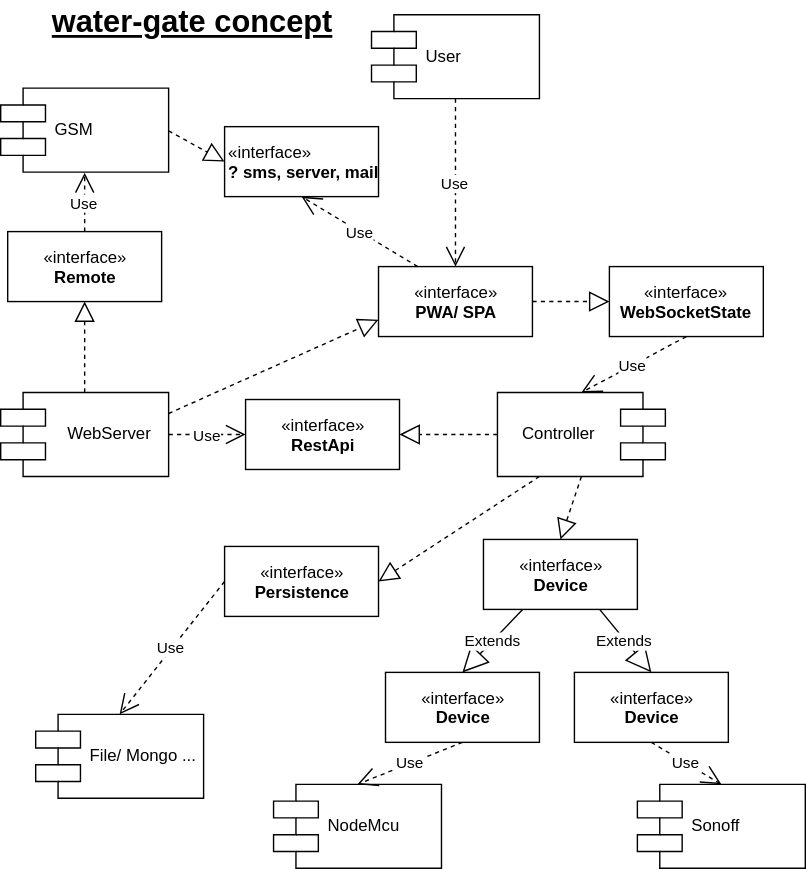
Earlier version of the draw.io export concept.svg (Estradiaz/water-gate). Source tidied: cells renumbered, new cells last; positions are measured from the earlier drawing's top-left corner, leaving out a move shared by most shapes. The source it was exported from:
```xml
<mxGraphModel>
  <root>
    <mxCell id="0" />
    <mxCell id="1" parent="0" />
    <mxCell id="2" value="GSM" style="shape=component;align=left;spacingLeft=36;" parent="1" vertex="1">
      <mxGeometry y="62.5" width="120" height="60" as="geometry" />
    </mxCell>
    <mxCell id="3" value="Controller" style="shape=component;align=left;spacingLeft=15;direction=west;" parent="1" vertex="1">
      <mxGeometry x="355" y="280" width="120" height="60" as="geometry" />
    </mxCell>
    <mxCell id="4" value="NodeMcu" style="shape=component;align=left;spacingLeft=36;" parent="1" vertex="1">
      <mxGeometry x="195" y="560" width="120" height="60" as="geometry" />
    </mxCell>
    <mxCell id="5" value="«interface»&lt;br&gt;&lt;b&gt;Device&lt;/b&gt;" style="html=1;" parent="1" vertex="1">
      <mxGeometry x="345" y="385" width="110" height="50" as="geometry" />
    </mxCell>
    <mxCell id="6" value="«interface»&lt;br&gt;&lt;b&gt;Remote&lt;/b&gt;&lt;br&gt;" style="html=1;" parent="1" vertex="1">
      <mxGeometry x="5" y="165" width="110" height="50" as="geometry" />
    </mxCell>
    <mxCell id="7" value="Sonoff" style="shape=component;align=left;spacingLeft=36;" parent="1" vertex="1">
      <mxGeometry x="455" y="560" width="120" height="60" as="geometry" />
    </mxCell>
    <mxCell id="8" value="«interface»&lt;br&gt;&lt;b&gt;RestApi&lt;/b&gt;" style="html=1;" parent="1" vertex="1">
      <mxGeometry x="175" y="285" width="110" height="50" as="geometry" />
    </mxCell>
    <mxCell id="9" value="WebServer" style="shape=component;align=left;spacingLeft=45;direction=east;" parent="1" vertex="1">
      <mxGeometry y="280" width="120" height="60" as="geometry" />
    </mxCell>
    <mxCell id="10" value="«interface»&lt;br&gt;&lt;b&gt;PWA/ SPA&lt;/b&gt;" style="html=1;" parent="1" vertex="1">
      <mxGeometry x="270" y="190" width="110" height="50" as="geometry" />
    </mxCell>
    <mxCell id="11" value="User" style="shape=component;align=left;spacingLeft=36;" parent="1" vertex="1">
      <mxGeometry x="265" y="10" width="120" height="60" as="geometry" />
    </mxCell>
    <mxCell id="12" value="«interface»&lt;br&gt;&lt;b&gt;WebSocketState&lt;/b&gt;&lt;br&gt;" style="html=1;" parent="1" vertex="1">
      <mxGeometry x="435" y="190" width="110" height="50" as="geometry" />
    </mxCell>
    <mxCell id="13" value="«interface»&lt;br&gt;&lt;b&gt;Persistence&lt;/b&gt;" style="html=1;" parent="1" vertex="1">
      <mxGeometry x="160" y="390" width="110" height="50" as="geometry" />
    </mxCell>
    <mxCell id="14" value="File/ Mongo ..." style="shape=component;align=left;spacingLeft=36;" parent="1" vertex="1">
      <mxGeometry x="25" y="510" width="120" height="60" as="geometry" />
    </mxCell>
    <mxCell id="15" style="endArrow=block;dashed=1;endFill=0;endSize=12;html=1;entryX=0.5;entryY=0;entryDx=0;entryDy=0;exitX=0.5;exitY=0;exitDx=0;exitDy=0;" parent="1" edge="1" source="3" target="5">
      <mxGeometry relative="1" as="geometry" />
    </mxCell>
    <mxCell id="16" style="endArrow=block;dashed=1;endFill=0;endSize=12;html=1;exitX=0.5;exitY=0;exitDx=0;exitDy=0;entryX=0.5;entryY=1;entryDx=0;entryDy=0;" parent="1" edge="1" source="9" target="6">
      <mxGeometry relative="1" as="geometry" />
    </mxCell>
    <mxCell id="17" value="Use" style="endArrow=open;endSize=12;dashed=1;html=1;entryX=0.5;entryY=0;entryDx=0;entryDy=0;exitX=0.5;exitY=1;exitDx=0;exitDy=0;" parent="1" edge="1" source="32" target="4">
      <mxGeometry relative="1" as="geometry" />
    </mxCell>
    <mxCell id="18" value="Use" style="endArrow=open;endSize=12;dashed=1;html=1;entryX=0.5;entryY=0;entryDx=0;entryDy=0;exitX=0.5;exitY=1;exitDx=0;exitDy=0;" parent="1" edge="1" source="33" target="7">
      <mxGeometry relative="1" as="geometry" />
    </mxCell>
    <mxCell id="19" value="Use" style="endArrow=open;endSize=12;dashed=1;html=1;exitX=0.5;exitY=0;exitDx=0;exitDy=0;entryX=0.5;entryY=1;entryDx=0;entryDy=0;" parent="1" edge="1" source="6" target="2">
      <mxGeometry relative="1" as="geometry" />
    </mxCell>
    <mxCell id="20" style="endArrow=block;dashed=1;endFill=0;endSize=12;html=1;exitX=1;exitY=0.5;exitDx=0;exitDy=0;entryX=1;entryY=0.5;entryDx=0;entryDy=0;" parent="1" edge="1" source="3" target="8">
      <mxGeometry relative="1" as="geometry" />
    </mxCell>
    <mxCell id="21" value="Use" style="endArrow=open;endSize=12;dashed=1;html=1;exitX=1;exitY=0.5;exitDx=0;exitDy=0;entryX=0;entryY=0.5;entryDx=0;entryDy=0;" parent="1" edge="1" source="9" target="8">
      <mxGeometry relative="1" as="geometry" />
    </mxCell>
    <mxCell id="22" value="Use" style="endArrow=open;endSize=12;dashed=1;html=1;exitX=0;exitY=0.5;exitDx=0;exitDy=0;entryX=0.5;entryY=0;entryDx=0;entryDy=0;" parent="1" edge="1" source="13" target="14">
      <mxGeometry relative="1" as="geometry" />
    </mxCell>
    <mxCell id="23" style="endArrow=block;dashed=1;endFill=0;endSize=12;html=1;exitX=0.75;exitY=0;exitDx=0;exitDy=0;entryX=1;entryY=0.5;entryDx=0;entryDy=0;" parent="1" edge="1" source="3" target="13">
      <mxGeometry relative="1" as="geometry" />
    </mxCell>
    <mxCell id="24" style="endArrow=block;dashed=1;endFill=0;endSize=12;html=1;exitX=1;exitY=0.25;exitDx=0;exitDy=0;entryX=0;entryY=0.75;entryDx=0;entryDy=0;" parent="1" edge="1" source="9" target="10">
      <mxGeometry relative="1" as="geometry" />
    </mxCell>
    <mxCell id="25" value="Use" style="endArrow=open;endSize=12;dashed=1;html=1;exitX=0.5;exitY=1;exitDx=0;exitDy=0;entryX=0.5;entryY=0;entryDx=0;entryDy=0;" parent="1" edge="1" source="11" target="10">
      <mxGeometry relative="1" as="geometry" />
    </mxCell>
    <mxCell id="26" style="endArrow=block;dashed=1;endFill=0;endSize=12;html=1;exitX=1;exitY=0.5;exitDx=0;exitDy=0;entryX=0;entryY=0.5;entryDx=0;entryDy=0;" parent="1" edge="1" source="10" target="12">
      <mxGeometry relative="1" as="geometry" />
    </mxCell>
    <mxCell id="27" value="Use" style="endArrow=open;endSize=12;dashed=1;html=1;exitX=0.5;exitY=1;exitDx=0;exitDy=0;entryX=0.5;entryY=1;entryDx=0;entryDy=0;" parent="1" edge="1" source="12" target="3">
      <mxGeometry relative="1" as="geometry" />
    </mxCell>
    <mxCell id="28" value="«interface»&lt;br&gt;&lt;b&gt;? sms, server, mail&lt;/b&gt;" style="html=1;align=left;" parent="1" vertex="1">
      <mxGeometry x="160" y="90" width="110" height="50" as="geometry" />
    </mxCell>
    <mxCell id="29" style="endArrow=block;dashed=1;endFill=0;endSize=12;html=1;exitX=1;exitY=0.5;exitDx=0;exitDy=0;entryX=0;entryY=0.5;entryDx=0;entryDy=0;" parent="1" edge="1" source="2" target="28">
      <mxGeometry relative="1" as="geometry" />
    </mxCell>
    <mxCell id="30" value="Use" style="endArrow=open;endSize=12;dashed=1;html=1;exitX=0.25;exitY=0;exitDx=0;exitDy=0;entryX=0.5;entryY=1;entryDx=0;entryDy=0;" parent="1" edge="1" source="10" target="28">
      <mxGeometry relative="1" as="geometry" />
    </mxCell>
    <mxCell id="31" value="&lt;font style=&quot;font-size: 22px&quot;&gt;&lt;b&gt;&lt;u&gt;water-gate concept&lt;/u&gt;&lt;/b&gt;&lt;/font&gt;" style="text;html=1;align=left;verticalAlign=top;spacingTop=-4;" parent="1" vertex="1">
      <mxGeometry x="35" width="220" height="20" as="geometry" />
    </mxCell>
    <mxCell id="32" value="«interface»&lt;br&gt;&lt;b&gt;Device&lt;/b&gt;" style="html=1;" parent="1" vertex="1">
      <mxGeometry x="275" y="480" width="110" height="50" as="geometry" />
    </mxCell>
    <mxCell id="33" value="«interface»&lt;br&gt;&lt;b&gt;Device&lt;/b&gt;" style="html=1;" parent="1" vertex="1">
      <mxGeometry x="410" y="480" width="110" height="50" as="geometry" />
    </mxCell>
    <mxCell id="34" value="Extends" style="endArrow=block;endSize=16;endFill=0;html=1;exitX=0.75;exitY=1;exitDx=0;exitDy=0;entryX=0.5;entryY=0;entryDx=0;entryDy=0;" parent="1" edge="1" source="5" target="33">
      <mxGeometry relative="1" as="geometry" />
    </mxCell>
    <mxCell id="35" value="Extends" style="endArrow=block;endSize=16;endFill=0;html=1;exitX=0.25;exitY=1;exitDx=0;exitDy=0;entryX=0.5;entryY=0;entryDx=0;entryDy=0;" parent="1" edge="1" source="5" target="32">
      <mxGeometry relative="1" as="geometry" />
    </mxCell>
  </root>
</mxGraphModel>
```
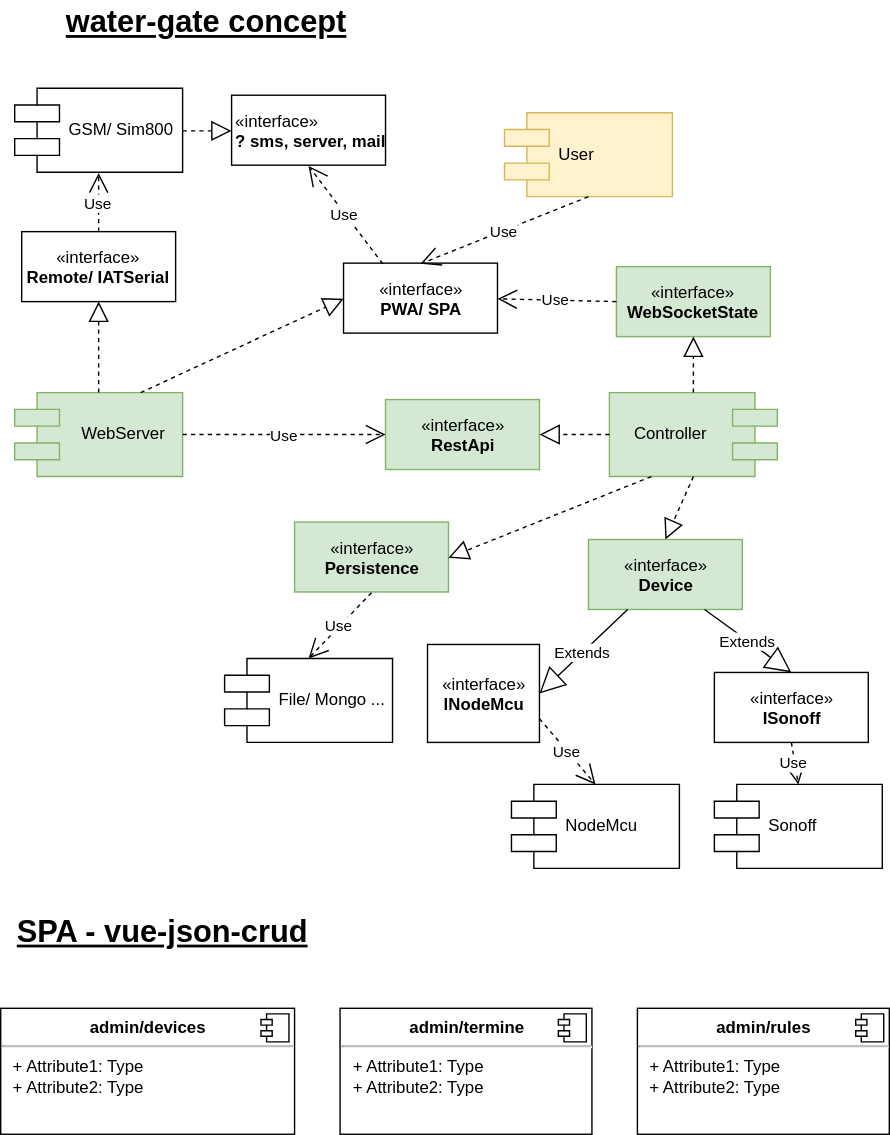
After the change.

Commit message:
doc(update): reworks concept

Diff of the diagram source:
```diff
@@ -2,44 +2,44 @@
   <root>
     <mxCell id="0" />
     <mxCell id="1" parent="0" />
-    <mxCell id="2" value="GSM" style="shape=component;align=left;spacingLeft=36;" parent="1" vertex="1">
+    <mxCell id="2" value="GSM/ Sim800" style="shape=component;align=left;spacingLeft=36;" parent="1" vertex="1">
       <mxGeometry y="62.5" width="120" height="60" as="geometry" />
     </mxCell>
-    <mxCell id="3" value="Controller" style="shape=component;align=left;spacingLeft=15;direction=west;" parent="1" vertex="1">
-      <mxGeometry x="355" y="280" width="120" height="60" as="geometry" />
+    <mxCell id="3" value="Controller" style="shape=component;align=left;spacingLeft=15;direction=west;fillColor=#d5e8d4;strokeColor=#82b366;" parent="1" vertex="1">
+      <mxGeometry x="425" y="280" width="120" height="60" as="geometry" />
     </mxCell>
     <mxCell id="4" value="NodeMcu" style="shape=component;align=left;spacingLeft=36;" parent="1" vertex="1">
-      <mxGeometry x="195" y="560" width="120" height="60" as="geometry" />
+      <mxGeometry x="355" y="560" width="120" height="60" as="geometry" />
     </mxCell>
-    <mxCell id="5" value="«interface»&lt;br&gt;&lt;b&gt;Device&lt;/b&gt;" style="html=1;" parent="1" vertex="1">
-      <mxGeometry x="345" y="385" width="110" height="50" as="geometry" />
+    <mxCell id="5" value="«interface»&lt;br&gt;&lt;b&gt;Device&lt;/b&gt;" style="html=1;fillColor=#d5e8d4;strokeColor=#82b366;" parent="1" vertex="1">
+      <mxGeometry x="410" y="385" width="110" height="50" as="geometry" />
     </mxCell>
-    <mxCell id="6" value="«interface»&lt;br&gt;&lt;b&gt;Remote&lt;/b&gt;&lt;br&gt;" style="html=1;" parent="1" vertex="1">
+    <mxCell id="6" value="«interface»&lt;br&gt;&lt;b&gt;Remote/ IATSerial&lt;/b&gt;&lt;br&gt;" style="html=1;" parent="1" vertex="1">
       <mxGeometry x="5" y="165" width="110" height="50" as="geometry" />
     </mxCell>
     <mxCell id="7" value="Sonoff" style="shape=component;align=left;spacingLeft=36;" parent="1" vertex="1">
-      <mxGeometry x="455" y="560" width="120" height="60" as="geometry" />
+      <mxGeometry x="500" y="560" width="120" height="60" as="geometry" />
     </mxCell>
-    <mxCell id="8" value="«interface»&lt;br&gt;&lt;b&gt;RestApi&lt;/b&gt;" style="html=1;" parent="1" vertex="1">
-      <mxGeometry x="175" y="285" width="110" height="50" as="geometry" />
+    <mxCell id="8" value="«interface»&lt;br&gt;&lt;b&gt;RestApi&lt;/b&gt;" style="html=1;fillColor=#d5e8d4;strokeColor=#82b366;" parent="1" vertex="1">
+      <mxGeometry x="265" y="285" width="110" height="50" as="geometry" />
     </mxCell>
-    <mxCell id="9" value="WebServer" style="shape=component;align=left;spacingLeft=45;direction=east;" parent="1" vertex="1">
+    <mxCell id="9" value="WebServer" style="shape=component;align=left;spacingLeft=45;direction=east;fillColor=#d5e8d4;strokeColor=#82b366;" parent="1" vertex="1">
       <mxGeometry y="280" width="120" height="60" as="geometry" />
     </mxCell>
     <mxCell id="10" value="«interface»&lt;br&gt;&lt;b&gt;PWA/ SPA&lt;/b&gt;" style="html=1;" parent="1" vertex="1">
-      <mxGeometry x="270" y="190" width="110" height="50" as="geometry" />
+      <mxGeometry x="235" y="187.5" width="110" height="50" as="geometry" />
     </mxCell>
-    <mxCell id="11" value="User" style="shape=component;align=left;spacingLeft=36;" parent="1" vertex="1">
-      <mxGeometry x="265" y="10" width="120" height="60" as="geometry" />
+    <mxCell id="11" value="User" style="shape=component;align=left;spacingLeft=36;fillColor=#fff2cc;strokeColor=#d6b656;" parent="1" vertex="1">
+      <mxGeometry x="350" y="80" width="120" height="60" as="geometry" />
     </mxCell>
-    <mxCell id="12" value="«interface»&lt;br&gt;&lt;b&gt;WebSocketState&lt;/b&gt;&lt;br&gt;" style="html=1;" parent="1" vertex="1">
-      <mxGeometry x="435" y="190" width="110" height="50" as="geometry" />
+    <mxCell id="12" value="«interface»&lt;br&gt;&lt;b&gt;WebSocketState&lt;/b&gt;&lt;br&gt;" style="html=1;fillColor=#d5e8d4;strokeColor=#82b366;" parent="1" vertex="1">
+      <mxGeometry x="430" y="190" width="110" height="50" as="geometry" />
     </mxCell>
-    <mxCell id="13" value="«interface»&lt;br&gt;&lt;b&gt;Persistence&lt;/b&gt;" style="html=1;" parent="1" vertex="1">
-      <mxGeometry x="160" y="390" width="110" height="50" as="geometry" />
+    <mxCell id="13" value="«interface»&lt;br&gt;&lt;b&gt;Persistence&lt;/b&gt;" style="html=1;fillColor=#d5e8d4;strokeColor=#82b366;" parent="1" vertex="1">
+      <mxGeometry x="200" y="372.5" width="110" height="50" as="geometry" />
     </mxCell>
     <mxCell id="14" value="File/ Mongo ..." style="shape=component;align=left;spacingLeft=36;" parent="1" vertex="1">
-      <mxGeometry x="25" y="510" width="120" height="60" as="geometry" />
+      <mxGeometry x="150" y="470" width="120" height="60" as="geometry" />
     </mxCell>
     <mxCell id="15" style="endArrow=block;dashed=1;endFill=0;endSize=12;html=1;entryX=0.5;entryY=0;entryDx=0;entryDy=0;exitX=0.5;exitY=0;exitDx=0;exitDy=0;" parent="1" edge="1" source="3" target="5">
       <mxGeometry relative="1" as="geometry" />
@@ -47,7 +47,7 @@
     <mxCell id="16" style="endArrow=block;dashed=1;endFill=0;endSize=12;html=1;exitX=0.5;exitY=0;exitDx=0;exitDy=0;entryX=0.5;entryY=1;entryDx=0;entryDy=0;" parent="1" edge="1" source="9" target="6">
       <mxGeometry relative="1" as="geometry" />
     </mxCell>
-    <mxCell id="17" value="Use" style="endArrow=open;endSize=12;dashed=1;html=1;entryX=0.5;entryY=0;entryDx=0;entryDy=0;exitX=0.5;exitY=1;exitDx=0;exitDy=0;" parent="1" edge="1" source="32" target="4">
+    <mxCell id="17" value="Use" style="endArrow=open;endSize=12;dashed=1;html=1;entryX=0.5;entryY=0;entryDx=0;entryDy=0;exitX=0.75;exitY=0;exitDx=0;exitDy=0;" parent="1" edge="1" source="32" target="4">
       <mxGeometry relative="1" as="geometry" />
     </mxCell>
     <mxCell id="18" value="Use" style="endArrow=open;endSize=12;dashed=1;html=1;entryX=0.5;entryY=0;entryDx=0;entryDy=0;exitX=0.5;exitY=1;exitDx=0;exitDy=0;" parent="1" edge="1" source="33" target="7">
@@ -62,26 +62,23 @@
     <mxCell id="21" value="Use" style="endArrow=open;endSize=12;dashed=1;html=1;exitX=1;exitY=0.5;exitDx=0;exitDy=0;entryX=0;entryY=0.5;entryDx=0;entryDy=0;" parent="1" edge="1" source="9" target="8">
       <mxGeometry relative="1" as="geometry" />
     </mxCell>
-    <mxCell id="22" value="Use" style="endArrow=open;endSize=12;dashed=1;html=1;exitX=0;exitY=0.5;exitDx=0;exitDy=0;entryX=0.5;entryY=0;entryDx=0;entryDy=0;" parent="1" edge="1" source="13" target="14">
+    <mxCell id="22" value="Use" style="endArrow=open;endSize=12;dashed=1;html=1;exitX=0.5;exitY=1;exitDx=0;exitDy=0;entryX=0.5;entryY=0;entryDx=0;entryDy=0;" parent="1" edge="1" source="13" target="14">
       <mxGeometry relative="1" as="geometry" />
     </mxCell>
     <mxCell id="23" style="endArrow=block;dashed=1;endFill=0;endSize=12;html=1;exitX=0.75;exitY=0;exitDx=0;exitDy=0;entryX=1;entryY=0.5;entryDx=0;entryDy=0;" parent="1" edge="1" source="3" target="13">
       <mxGeometry relative="1" as="geometry" />
     </mxCell>
-    <mxCell id="24" style="endArrow=block;dashed=1;endFill=0;endSize=12;html=1;exitX=1;exitY=0.25;exitDx=0;exitDy=0;entryX=0;entryY=0.75;entryDx=0;entryDy=0;" parent="1" edge="1" source="9" target="10">
-      <mxGeometry relative="1" as="geometry" />
-    </mxCell>
     <mxCell id="25" value="Use" style="endArrow=open;endSize=12;dashed=1;html=1;exitX=0.5;exitY=1;exitDx=0;exitDy=0;entryX=0.5;entryY=0;entryDx=0;entryDy=0;" parent="1" edge="1" source="11" target="10">
       <mxGeometry relative="1" as="geometry" />
     </mxCell>
-    <mxCell id="26" style="endArrow=block;dashed=1;endFill=0;endSize=12;html=1;exitX=1;exitY=0.5;exitDx=0;exitDy=0;entryX=0;entryY=0.5;entryDx=0;entryDy=0;" parent="1" edge="1" source="10" target="12">
+    <mxCell id="26" style="endArrow=block;dashed=1;endFill=0;endSize=12;html=1;exitX=0.5;exitY=1;exitDx=0;exitDy=0;entryX=0.5;entryY=1;entryDx=0;entryDy=0;" parent="1" edge="1" source="3" target="12">
       <mxGeometry relative="1" as="geometry" />
     </mxCell>
-    <mxCell id="27" value="Use" style="endArrow=open;endSize=12;dashed=1;html=1;exitX=0.5;exitY=1;exitDx=0;exitDy=0;entryX=0.5;entryY=1;entryDx=0;entryDy=0;" parent="1" edge="1" source="12" target="3">
+    <mxCell id="27" value="Use" style="endArrow=open;endSize=12;dashed=1;html=1;exitX=0;exitY=0.5;exitDx=0;exitDy=0;entryX=1;entryY=0.5;entryDx=0;entryDy=0;" parent="1" edge="1" source="12" target="10">
       <mxGeometry relative="1" as="geometry" />
     </mxCell>
     <mxCell id="28" value="«interface»&lt;br&gt;&lt;b&gt;? sms, server, mail&lt;/b&gt;" style="html=1;align=left;" parent="1" vertex="1">
-      <mxGeometry x="160" y="90" width="110" height="50" as="geometry" />
+      <mxGeometry x="155" y="67.5" width="110" height="50" as="geometry" />
     </mxCell>
     <mxCell id="29" style="endArrow=block;dashed=1;endFill=0;endSize=12;html=1;exitX=1;exitY=0.5;exitDx=0;exitDy=0;entryX=0;entryY=0.5;entryDx=0;entryDy=0;" parent="1" edge="1" source="2" target="28">
       <mxGeometry relative="1" as="geometry" />
@@ -92,11 +89,11 @@
     <mxCell id="31" value="&lt;font style=&quot;font-size: 22px&quot;&gt;&lt;b&gt;&lt;u&gt;water-gate concept&lt;/u&gt;&lt;/b&gt;&lt;/font&gt;" style="text;html=1;align=left;verticalAlign=top;spacingTop=-4;" parent="1" vertex="1">
       <mxGeometry x="35" width="220" height="20" as="geometry" />
     </mxCell>
-    <mxCell id="32" value="«interface»&lt;br&gt;&lt;b&gt;Device&lt;/b&gt;" style="html=1;" parent="1" vertex="1">
-      <mxGeometry x="275" y="480" width="110" height="50" as="geometry" />
+    <mxCell id="32" value="«interface»&lt;br&gt;&lt;b&gt;INodeMcu&lt;/b&gt;" style="html=1;direction=south;" parent="1" vertex="1">
+      <mxGeometry x="295" y="460" width="80" height="70" as="geometry" />
     </mxCell>
-    <mxCell id="33" value="«interface»&lt;br&gt;&lt;b&gt;Device&lt;/b&gt;" style="html=1;" parent="1" vertex="1">
-      <mxGeometry x="410" y="480" width="110" height="50" as="geometry" />
+    <mxCell id="33" value="«interface»&lt;br&gt;&lt;b&gt;ISonoff&lt;/b&gt;" style="html=1;" parent="1" vertex="1">
+      <mxGeometry x="500" y="480" width="110" height="50" as="geometry" />
     </mxCell>
     <mxCell id="34" value="Extends" style="endArrow=block;endSize=16;endFill=0;html=1;exitX=0.75;exitY=1;exitDx=0;exitDy=0;entryX=0.5;entryY=0;entryDx=0;entryDy=0;" parent="1" edge="1" source="5" target="33">
       <mxGeometry relative="1" as="geometry" />
@@ -104,5 +101,35 @@
     <mxCell id="35" value="Extends" style="endArrow=block;endSize=16;endFill=0;html=1;exitX=0.25;exitY=1;exitDx=0;exitDy=0;entryX=0.5;entryY=0;entryDx=0;entryDy=0;" parent="1" edge="1" source="5" target="32">
       <mxGeometry relative="1" as="geometry" />
     </mxCell>
+    <mxCell id="24" style="endArrow=block;dashed=1;endFill=0;endSize=12;html=1;exitX=0.75;exitY=0;exitDx=0;exitDy=0;entryX=0;entryY=0.5;entryDx=0;entryDy=0;" parent="1" edge="1" source="9" target="10">
+      <mxGeometry relative="1" as="geometry" />
+    </mxCell>
+    <mxCell id="36" value="&lt;b&gt;&lt;font size=&quot;1&quot;&gt;&lt;u style=&quot;font-size: 22px&quot;&gt;SPA - vue-json-crud&lt;/u&gt;&lt;/font&gt;&lt;/b&gt;" style="text;html=1;align=left;verticalAlign=top;spacingTop=-4;" parent="1" vertex="1">
+      <mxGeometry y="650" width="220" height="20" as="geometry" />
+    </mxCell>
+    <mxCell id="37" value="&lt;p style=&quot;margin: 0px ; margin-top: 6px ; text-align: center&quot;&gt;&lt;b&gt;admin/devices&lt;/b&gt;&lt;/p&gt;&lt;hr&gt;&lt;p style=&quot;margin: 0px ; margin-left: 8px&quot;&gt;+ Attribute1: Type&lt;br&gt;+ Attribute2: Type&lt;/p&gt;" style="align=left;overflow=fill;html=1;" parent="1" vertex="1">
+      <mxGeometry x="-10" y="720" width="210" height="90" as="geometry" />
+    </mxCell>
+    <mxCell id="38" style="shape=component;jettyWidth=8;jettyHeight=4;" parent="37" vertex="1">
+      <mxGeometry x="1" width="20" height="20" relative="1" as="geometry">
+        <mxPoint x="-24" y="4" as="offset" />
+      </mxGeometry>
+    </mxCell>
+    <mxCell id="39" value="&lt;p style=&quot;margin: 0px ; margin-top: 6px ; text-align: center&quot;&gt;&lt;b&gt;admin/rules&lt;/b&gt;&lt;/p&gt;&lt;hr&gt;&lt;p style=&quot;margin: 0px ; margin-left: 8px&quot;&gt;+ Attribute1: Type&lt;br&gt;+ Attribute2: Type&lt;/p&gt;" style="align=left;overflow=fill;html=1;" parent="1" vertex="1">
+      <mxGeometry x="445" y="720" width="180" height="90" as="geometry" />
+    </mxCell>
+    <mxCell id="40" style="shape=component;jettyWidth=8;jettyHeight=4;" parent="39" vertex="1">
+      <mxGeometry x="1" width="20" height="20" relative="1" as="geometry">
+        <mxPoint x="-24" y="4" as="offset" />
+      </mxGeometry>
+    </mxCell>
+    <mxCell id="41" value="&lt;p style=&quot;margin: 0px ; margin-top: 6px ; text-align: center&quot;&gt;&lt;b&gt;admin/termine&lt;/b&gt;&lt;/p&gt;&lt;hr&gt;&lt;p style=&quot;margin: 0px ; margin-left: 8px&quot;&gt;+ Attribute1: Type&lt;br&gt;+ Attribute2: Type&lt;/p&gt;" style="align=left;overflow=fill;html=1;" parent="1" vertex="1">
+      <mxGeometry x="232.5" y="720" width="180" height="90" as="geometry" />
+    </mxCell>
+    <mxCell id="42" style="shape=component;jettyWidth=8;jettyHeight=4;" parent="41" vertex="1">
+      <mxGeometry x="1" width="20" height="20" relative="1" as="geometry">
+        <mxPoint x="-24" y="4" as="offset" />
+      </mxGeometry>
+    </mxCell>
   </root>
 </mxGraphModel>
```
